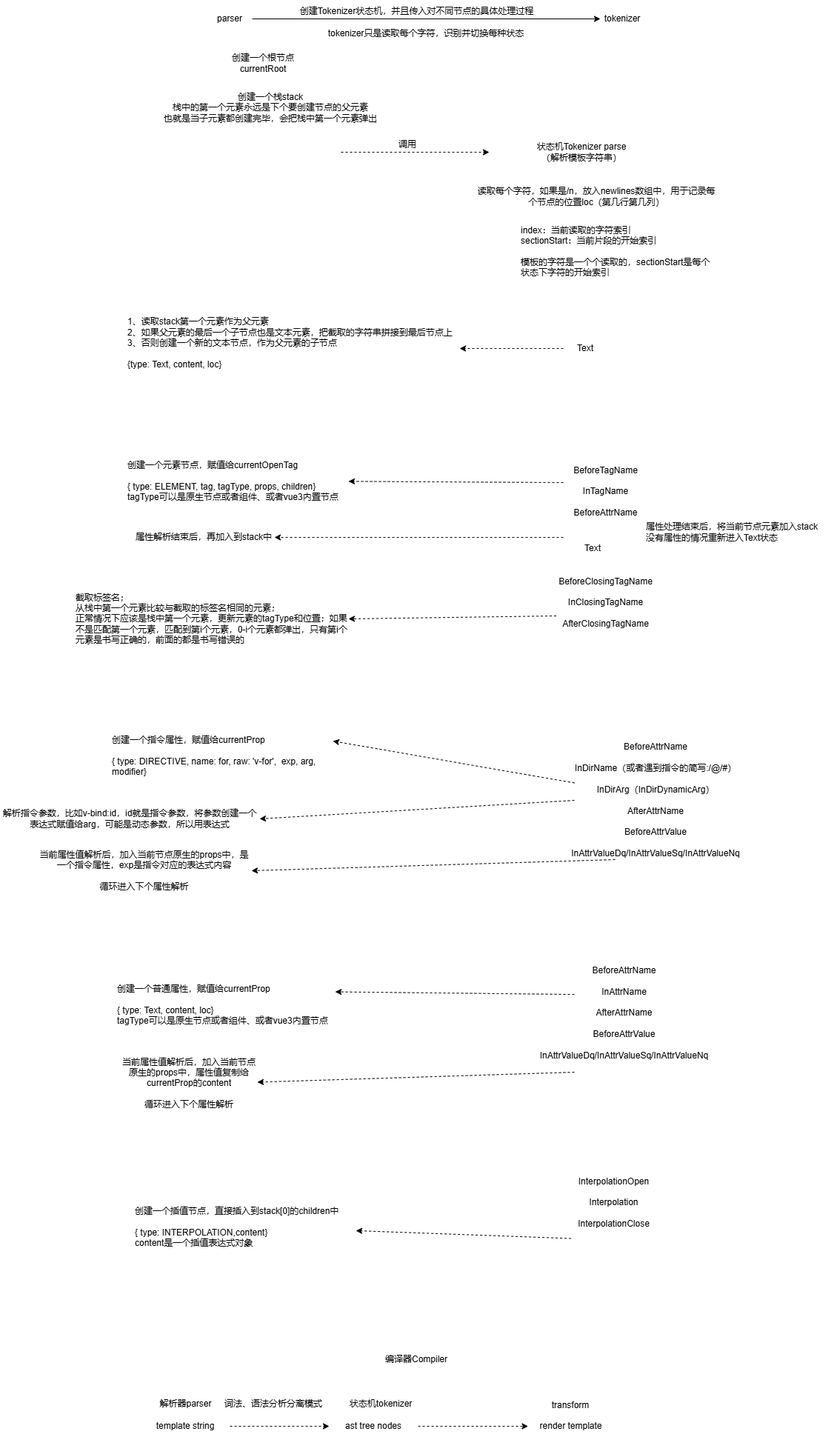
The draw.io diagram doc/模板解析.png in fanweimei/vue3-code-analaysis, before a commit. Source tidied: cells renumbered, new cells last; positions are measured from the earlier drawing's top-left corner, leaving out a move shared by most shapes.
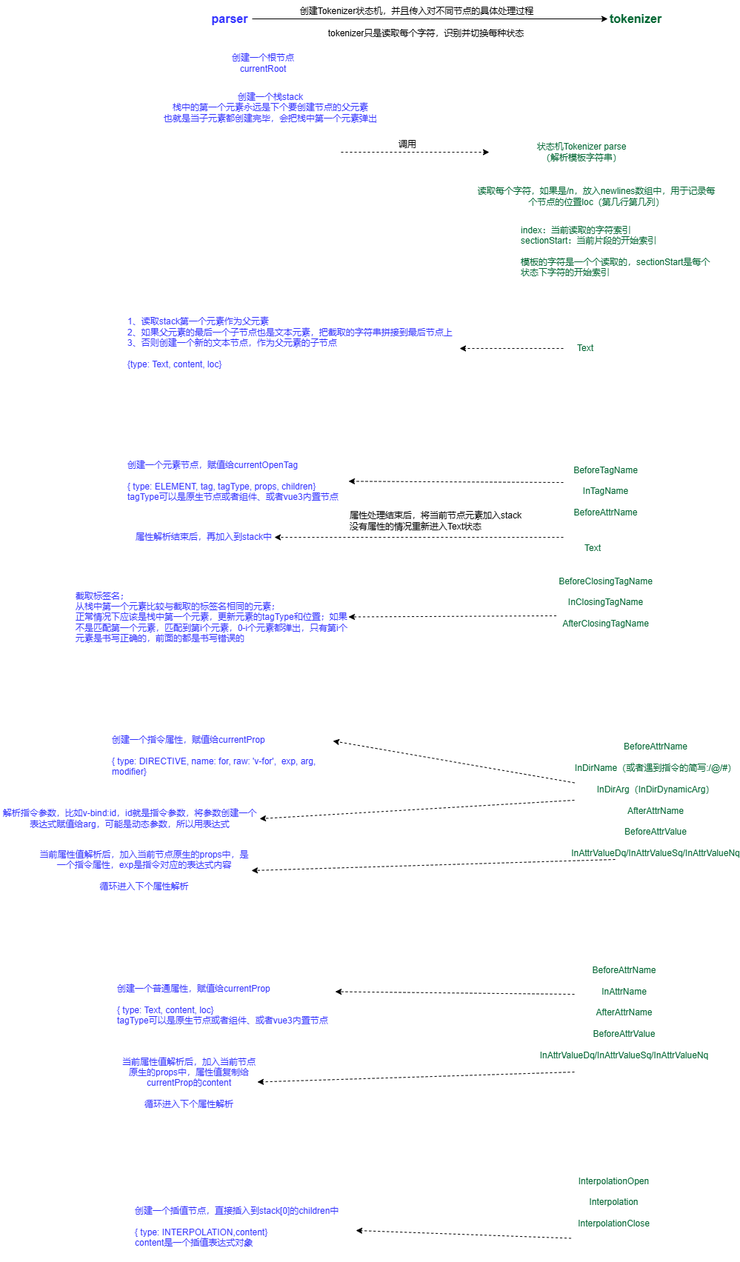
Later version of the same file.

The edit, as a diff of the source:
```diff
@@ -4,13 +4,15 @@
     <mxCell id="1" parent="0" />
-    <mxCell id="2" value="读取每个字符，如果是/n，放入newlines数组中，用于记录每个节点的位置loc（第几行第几列）" style="text;html=1;align=center;verticalAlign=middle;whiteSpace=wrap;rounded=0;" parent="1" vertex="1">
+    <mxCell id="2" value="读取每个字符，如果是/n，放入newlines数组中，用于记录每个节点的位置loc（第几行第几列）" style="text;html=1;align=center;verticalAlign=middle;whiteSpace=wrap;rounded=0;fontColor=#006633;" parent="1" vertex="1">
       <mxGeometry x="640" y="250" width="330" height="30" as="geometry" />
     </mxCell>
-    <mxCell id="3" style="edgeStyle=orthogonalEdgeStyle;rounded=0;jettySize=auto;html=1;" parent="1" edge="1" source="4" target="5">
-      <mxGeometry relative="1" as="geometry" />
+    <mxCell id="3" style="edgeStyle=orthogonalEdgeStyle;rounded=0;jettySize=auto;html=1;" parent="1" edge="1" source="4">
+      <mxGeometry relative="1" as="geometry">
+        <mxPoint x="820" y="25" as="targetPoint" />
+      </mxGeometry>
     </mxCell>
-    <mxCell id="4" value="parser" style="text;html=1;align=center;verticalAlign=middle;whiteSpace=wrap;rounded=0;" parent="1" vertex="1">
+    <mxCell id="4" value="parser" style="text;html=1;align=center;verticalAlign=middle;whiteSpace=wrap;rounded=0;fontSize=16;fontColor=#3333FF;fontStyle=1;" parent="1" vertex="1">
       <mxGeometry x="280" y="10" width="60" height="30" as="geometry" />
     </mxCell>
-    <mxCell id="5" value="tokenizer" style="text;html=1;align=center;verticalAlign=middle;whiteSpace=wrap;rounded=0;" parent="1" vertex="1">
-      <mxGeometry x="810" y="10" width="60" height="30" as="geometry" />
+    <mxCell id="5" value="tokenizer" style="text;html=1;align=center;verticalAlign=middle;whiteSpace=wrap;rounded=0;fontSize=16;fontColor=#006633;fontStyle=1;" parent="1" vertex="1">
+      <mxGeometry x="827.5" y="10" width="60" height="30" as="geometry" />
     </mxCell>
@@ -22,3 +24,3 @@
     </mxCell>
-    <mxCell id="8" value="状态机Tokenizer&amp;nbsp;&lt;span style=&quot;background-color: initial;&quot;&gt;parse&lt;/span&gt;&lt;div&gt;&lt;span style=&quot;background-color: initial;&quot;&gt;（解析模板字符串）&lt;/span&gt;&lt;/div&gt;" style="text;html=1;align=center;verticalAlign=middle;whiteSpace=wrap;rounded=0;" parent="1" vertex="1">
+    <mxCell id="8" value="状态机Tokenizer&amp;nbsp;&lt;span style=&quot;background-color: initial;&quot;&gt;parse&lt;/span&gt;&lt;div&gt;&lt;span style=&quot;background-color: initial;&quot;&gt;（解析模板字符串）&lt;/span&gt;&lt;/div&gt;" style="text;html=1;align=center;verticalAlign=middle;whiteSpace=wrap;rounded=0;fontColor=#006633;" parent="1" vertex="1">
       <mxGeometry x="660" y="190" width="250" height="30" as="geometry" />
@@ -28,9 +30,9 @@
     </mxCell>
-    <mxCell id="10" value="index：当前读取的字符索引&lt;div&gt;sectionStart：当前片段的开始索引&lt;div&gt;&lt;br&gt;&lt;/div&gt;&lt;/div&gt;&lt;div&gt;模板的字符是一个个读取的，sectionStart是每个状态下字符的开始索引&lt;/div&gt;" style="text;html=1;align=left;verticalAlign=middle;whiteSpace=wrap;rounded=0;spacing=3;spacingTop=2;" parent="1" vertex="1">
+    <mxCell id="10" value="index：当前读取的字符索引&lt;div&gt;sectionStart：当前片段的开始索引&lt;div&gt;&lt;br&gt;&lt;/div&gt;&lt;/div&gt;&lt;div&gt;模板的字符是一个个读取的，sectionStart是每个状态下字符的开始索引&lt;/div&gt;" style="text;html=1;align=left;verticalAlign=middle;whiteSpace=wrap;rounded=0;spacing=3;spacingTop=2;fontColor=#006633;" parent="1" vertex="1">
       <mxGeometry x="700" y="303" width="260" height="70" as="geometry" />
     </mxCell>
-    <mxCell id="11" value="创建一个根节点currentRoot" style="text;html=1;align=center;verticalAlign=middle;whiteSpace=wrap;rounded=0;" parent="1" vertex="1">
+    <mxCell id="11" value="创建一个根节点currentRoot" style="text;html=1;align=center;verticalAlign=middle;whiteSpace=wrap;rounded=0;fontColor=#3333FF;" parent="1" vertex="1">
       <mxGeometry x="310" y="70" width="90" height="30" as="geometry" />
     </mxCell>
-    <mxCell id="12" value="创建一个栈stack&lt;div&gt;栈中的第一个元素永远是下个要创建节点的父元素&lt;/div&gt;&lt;div&gt;也就是当子元素都创建完毕，会把栈中第一个元素弹出&lt;/div&gt;" style="text;html=1;align=center;verticalAlign=middle;whiteSpace=wrap;rounded=0;" parent="1" vertex="1">
+    <mxCell id="12" value="创建一个栈stack&lt;div&gt;栈中的第一个元素永远是下个要创建节点的父元素&lt;/div&gt;&lt;div&gt;也就是当子元素都创建完毕，会把栈中第一个元素弹出&lt;/div&gt;" style="text;html=1;align=center;verticalAlign=middle;whiteSpace=wrap;rounded=0;fontColor=#3333FF;" parent="1" vertex="1">
       <mxGeometry x="210" y="120" width="310" height="50" as="geometry" />
@@ -40,7 +42,7 @@
     </mxCell>
-    <mxCell id="14" value="Text" style="text;html=1;align=center;verticalAlign=middle;whiteSpace=wrap;rounded=0;" parent="1" vertex="1">
+    <mxCell id="14" value="Text" style="text;html=1;align=center;verticalAlign=middle;whiteSpace=wrap;rounded=0;fontColor=#006633;" parent="1" vertex="1">
       <mxGeometry x="760" y="455" width="60" height="30" as="geometry" />
     </mxCell>
-    <mxCell id="15" value="1、读取stack第一个元素作为父元素&lt;div&gt;2、如果父元素的最后一个子节点也是文本元素，把截取的字符串拼接到最后节点上&lt;/div&gt;&lt;div&gt;3、否则创建一个新的文本节点，作为父元素的子节点&lt;/div&gt;&lt;div&gt;&lt;br&gt;&lt;/div&gt;&lt;div&gt;{type: Text, content, loc}&lt;/div&gt;&lt;div&gt;&lt;br&gt;&lt;/div&gt;" style="text;html=1;align=left;verticalAlign=middle;whiteSpace=wrap;rounded=0;" parent="1" vertex="1">
-      <mxGeometry x="170" y="430" width="450" height="80" as="geometry" />
+    <mxCell id="15" value="1、读取stack第一个元素作为父元素&lt;div&gt;2、如果父元素的最后一个子节点也是文本元素，把截取的字符串拼接到最后节点上&lt;/div&gt;&lt;div&gt;3、否则创建一个新的文本节点，作为父元素的子节点&lt;/div&gt;&lt;div&gt;&lt;br&gt;&lt;/div&gt;&lt;div&gt;{type: Text, content, loc}&lt;/div&gt;&lt;div&gt;&lt;br&gt;&lt;/div&gt;" style="text;html=1;align=left;verticalAlign=middle;whiteSpace=wrap;rounded=0;fontColor=#3333FF;" parent="1" vertex="1">
+      <mxGeometry x="170" y="425" width="450" height="90" as="geometry" />
     </mxCell>
@@ -54,6 +56,6 @@
     </mxCell>
-    <mxCell id="18" value="BeforeTagName&lt;div&gt;&lt;br&gt;&lt;/div&gt;&lt;div&gt;InTagName&lt;/div&gt;&lt;div&gt;&lt;br&gt;&lt;/div&gt;&lt;div&gt;BeforeAttrName&lt;/div&gt;" style="text;html=1;align=center;verticalAlign=middle;whiteSpace=wrap;rounded=0;" parent="1" vertex="1">
+    <mxCell id="18" value="BeforeTagName&lt;div&gt;&lt;br&gt;&lt;/div&gt;&lt;div&gt;InTagName&lt;/div&gt;&lt;div&gt;&lt;br&gt;&lt;/div&gt;&lt;div&gt;BeforeAttrName&lt;/div&gt;" style="text;html=1;align=center;verticalAlign=middle;whiteSpace=wrap;rounded=0;fontColor=#006633;" parent="1" vertex="1">
       <mxGeometry x="760" y="600" width="115" height="125" as="geometry" />
     </mxCell>
-    <mxCell id="19" value="创建一个元素节点，赋值给currentOpenTag&lt;div&gt;&lt;br&gt;&lt;/div&gt;&lt;div style=&quot;&quot;&gt;{ type: ELEMENT, tag, tagType, props, children}&lt;/div&gt;&lt;div style=&quot;&quot;&gt;tagType可以是原生节点或者组件、或者vue3内置节点&lt;/div&gt;" style="text;html=1;align=left;verticalAlign=middle;whiteSpace=wrap;rounded=0;" parent="1" vertex="1">
+    <mxCell id="19" value="创建一个元素节点，赋值给currentOpenTag&lt;div&gt;&lt;br&gt;&lt;/div&gt;&lt;div style=&quot;&quot;&gt;{ type: ELEMENT, tag, tagType, props, children}&lt;/div&gt;&lt;div style=&quot;&quot;&gt;tagType可以是原生节点或者组件、或者vue3内置节点&lt;/div&gt;" style="text;html=1;align=left;verticalAlign=middle;whiteSpace=wrap;rounded=0;fontColor=#3333FF;" parent="1" vertex="1">
       <mxGeometry x="170" y="600" width="300" height="97" as="geometry" />
@@ -63,6 +65,6 @@
     </mxCell>
-    <mxCell id="21" value="&lt;span style=&quot;text-align: left;&quot;&gt;属性解析结束后，再加入到stack中&lt;/span&gt;" style="text;html=1;align=center;verticalAlign=middle;whiteSpace=wrap;rounded=0;" parent="1" vertex="1">
+    <mxCell id="21" value="&lt;span style=&quot;text-align: left;&quot;&gt;属性解析结束后，再加入到stack中&lt;/span&gt;" style="text;html=1;align=center;verticalAlign=middle;whiteSpace=wrap;rounded=0;fontColor=#3333FF;" parent="1" vertex="1">
       <mxGeometry x="180" y="710" width="190" height="30" as="geometry" />
     </mxCell>
-    <mxCell id="22" value="Text" style="text;html=1;align=center;verticalAlign=middle;whiteSpace=wrap;rounded=0;" parent="1" vertex="1">
+    <mxCell id="22" value="Text" style="text;html=1;align=center;verticalAlign=middle;whiteSpace=wrap;rounded=0;fontColor=#006633;" parent="1" vertex="1">
       <mxGeometry x="770" y="725" width="60" height="30" as="geometry" />
@@ -73,9 +75,9 @@
     <mxCell id="24" value="&lt;div&gt;属性处理结束后，将当前节点元素加入stack&lt;/div&gt;没有属性的情况重新进入Text状态" style="text;html=1;align=left;verticalAlign=middle;whiteSpace=wrap;rounded=0;" parent="1" vertex="1">
-      <mxGeometry x="870" y="695" width="260" height="45" as="geometry" />
+      <mxGeometry x="470" y="680" width="260" height="45" as="geometry" />
     </mxCell>
-    <mxCell id="25" value="BeforeClosingTagName&lt;br&gt;&lt;div&gt;&lt;br&gt;&lt;/div&gt;&lt;div&gt;InClosingTagName&lt;/div&gt;&lt;div&gt;&lt;br&gt;&lt;/div&gt;&lt;div&gt;AfterClosingTagName&lt;/div&gt;" style="text;html=1;align=center;verticalAlign=middle;whiteSpace=wrap;rounded=0;" parent="1" vertex="1">
+    <mxCell id="25" value="BeforeClosingTagName&lt;br&gt;&lt;div&gt;&lt;br&gt;&lt;/div&gt;&lt;div&gt;InClosingTagName&lt;/div&gt;&lt;div&gt;&lt;br&gt;&lt;/div&gt;&lt;div&gt;AfterClosingTagName&lt;/div&gt;" style="text;html=1;align=center;verticalAlign=middle;whiteSpace=wrap;rounded=0;fontColor=#006633;" parent="1" vertex="1">
       <mxGeometry x="750" y="750" width="135" height="125" as="geometry" />
     </mxCell>
-    <mxCell id="26" value="截取标签名；&lt;div&gt;从栈中第一个元素比较与截取的标签名相同的元素；&lt;/div&gt;&lt;div&gt;正常情况下应该是栈中第一个元素，更新元素的tagType和位置；如果不是匹配第一个元素，匹配到第i个元素，0-i个元素都弹出，只有第i个元素是书写正确的，前面的都是书写错误的&lt;/div&gt;" style="text;html=1;align=left;verticalAlign=middle;whiteSpace=wrap;rounded=0;" parent="1" vertex="1">
-      <mxGeometry x="100" y="795" width="370" height="80" as="geometry" />
+    <mxCell id="26" value="截取标签名；&lt;div&gt;从栈中第一个元素比较与截取的标签名相同的元素；&lt;/div&gt;&lt;div&gt;正常情况下应该是栈中第一个元素，更新元素的tagType和位置；如果不是匹配第一个元素，匹配到第i个元素，0-i个元素都弹出，只有第i个元素是书写正确的，前面的都是书写错误的&lt;/div&gt;" style="text;html=1;align=left;verticalAlign=middle;whiteSpace=wrap;rounded=0;fontColor=#3333FF;spacing=2;spacingTop=0;" parent="1" vertex="1">
+      <mxGeometry x="100" y="790" width="370" height="85" as="geometry" />
     </mxCell>
@@ -84,6 +86,6 @@
     </mxCell>
-    <mxCell id="28" value="BeforeAttrName&lt;br&gt;&lt;div&gt;&lt;br&gt;&lt;/div&gt;&lt;div&gt;InDirName（或者遇到指令的简写:/@/#）&lt;/div&gt;&lt;div&gt;&lt;br&gt;&lt;/div&gt;&lt;div&gt;InDirArg（InDirDynamicArg）&lt;/div&gt;&lt;div&gt;&lt;br&gt;&lt;/div&gt;&lt;div&gt;AfterAttrName&lt;/div&gt;&lt;div&gt;&lt;br&gt;&lt;/div&gt;&lt;div&gt;BeforeAttrValue&lt;/div&gt;&lt;div&gt;&lt;br&gt;&lt;/div&gt;&lt;div&gt;InAttrValueDq/InAttrValueSq/InAttrValueNq&lt;/div&gt;" style="text;html=1;align=center;verticalAlign=middle;whiteSpace=wrap;rounded=0;" parent="1" vertex="1">
+    <mxCell id="28" value="BeforeAttrName&lt;br&gt;&lt;div&gt;&lt;br&gt;&lt;/div&gt;&lt;div&gt;InDirName（或者遇到指令的简写:/@/#）&lt;/div&gt;&lt;div&gt;&lt;br&gt;&lt;/div&gt;&lt;div&gt;InDirArg（InDirDynamicArg）&lt;/div&gt;&lt;div&gt;&lt;br&gt;&lt;/div&gt;&lt;div&gt;AfterAttrName&lt;/div&gt;&lt;div&gt;&lt;br&gt;&lt;/div&gt;&lt;div&gt;BeforeAttrValue&lt;/div&gt;&lt;div&gt;&lt;br&gt;&lt;/div&gt;&lt;div&gt;InAttrValueDq/InAttrValueSq/InAttrValueNq&lt;/div&gt;" style="text;html=1;align=center;verticalAlign=middle;whiteSpace=wrap;rounded=0;fontColor=#006633;" parent="1" vertex="1">
       <mxGeometry x="775" y="1000" width="220" height="160" as="geometry" />
     </mxCell>
-    <mxCell id="29" value="创建一个指令属性，赋值给currentProp&lt;div&gt;&lt;br&gt;&lt;/div&gt;&lt;div style=&quot;&quot;&gt;{ type: DIRECTIVE, name: for, raw: 'v-for',&amp;nbsp; exp, arg, modifier}&lt;/div&gt;" style="text;html=1;align=left;verticalAlign=middle;whiteSpace=wrap;rounded=0;" parent="1" vertex="1">
+    <mxCell id="29" value="创建一个指令属性，赋值给currentProp&lt;div&gt;&lt;br&gt;&lt;/div&gt;&lt;div style=&quot;&quot;&gt;{ type: DIRECTIVE, name: for, raw: 'v-for',&amp;nbsp; exp, arg, modifier}&lt;/div&gt;" style="text;html=1;align=left;verticalAlign=middle;whiteSpace=wrap;rounded=0;fontColor=#3333FF;" parent="1" vertex="1">
       <mxGeometry x="149" y="980" width="300" height="80" as="geometry" />
@@ -93,33 +95,3 @@
     </mxCell>
-    <mxCell id="31" value="template string" style="text;html=1;align=center;verticalAlign=middle;whiteSpace=wrap;rounded=0;" parent="1" vertex="1">
-      <mxGeometry x="190" y="1910" width="120" height="30" as="geometry" />
-    </mxCell>
-    <mxCell id="32" value="ast tree nodes" style="text;html=1;align=center;verticalAlign=middle;whiteSpace=wrap;rounded=0;" parent="1" vertex="1">
-      <mxGeometry x="444" y="1910" width="120" height="30" as="geometry" />
-    </mxCell>
-    <mxCell id="33" value="render template" style="text;html=1;align=center;verticalAlign=middle;whiteSpace=wrap;rounded=0;" parent="1" vertex="1">
-      <mxGeometry x="712.5" y="1910" width="115" height="30" as="geometry" />
-    </mxCell>
-    <mxCell id="34" style="endArrow=classic;html=1;rounded=0;exitX=1;exitY=0.5;exitDx=0;exitDy=0;dashed=1;" parent="1" edge="1" source="31" target="32">
-      <mxGeometry relative="1" as="geometry" />
-    </mxCell>
-    <mxCell id="35" value="状态机tokenizer" style="text;html=1;align=center;verticalAlign=middle;whiteSpace=wrap;rounded=0;" parent="1" vertex="1">
-      <mxGeometry x="464" y="1880" width="100" height="30" as="geometry" />
-    </mxCell>
-    <mxCell id="36" value="词法、语法分析分离模式" style="text;html=1;align=center;verticalAlign=middle;whiteSpace=wrap;rounded=0;" parent="1" vertex="1">
-      <mxGeometry x="294" y="1880" width="150" height="30" as="geometry" />
-    </mxCell>
-    <mxCell id="37" value="解析器parser" style="text;html=1;align=center;verticalAlign=middle;whiteSpace=wrap;rounded=0;" parent="1" vertex="1">
-      <mxGeometry x="212.5" y="1880" width="75" height="30" as="geometry" />
-    </mxCell>
-    <mxCell id="38" value="transform" style="text;html=1;align=center;verticalAlign=middle;whiteSpace=wrap;rounded=0;" parent="1" vertex="1">
-      <mxGeometry x="740" y="1882" width="60" height="30" as="geometry" />
-    </mxCell>
-    <mxCell id="39" value="编译器Compiler" style="text;html=1;align=center;verticalAlign=middle;whiteSpace=wrap;rounded=0;" parent="1" vertex="1">
-      <mxGeometry x="514" y="1820" width="96" height="30" as="geometry" />
-    </mxCell>
-    <mxCell id="40" style="endArrow=classic;html=1;rounded=0;exitX=1;exitY=0.5;exitDx=0;exitDy=0;dashed=1;" parent="1" edge="1" source="32" target="33">
-      <mxGeometry relative="1" as="geometry" />
-    </mxCell>
-    <mxCell id="41" value="&lt;span style=&quot;text-align: left;&quot;&gt;当前属性值解析后，加入当前节点原生的props中，是一个指令属性，exp是指令对应的表达式内容&lt;/span&gt;&lt;div&gt;&lt;span style=&quot;text-align: left;&quot;&gt;&lt;br&gt;&lt;/span&gt;&lt;/div&gt;&lt;div&gt;&lt;span style=&quot;text-align: left;&quot;&gt;循环进入下个属性解析&lt;/span&gt;&lt;/div&gt;" style="text;html=1;align=center;verticalAlign=middle;whiteSpace=wrap;rounded=0;" parent="1" vertex="1">
+    <mxCell id="41" value="&lt;span style=&quot;text-align: left;&quot;&gt;当前属性值解析后，加入当前节点原生的props中，是一个指令属性，exp是指令对应的表达式内容&lt;/span&gt;&lt;div&gt;&lt;span style=&quot;text-align: left;&quot;&gt;&lt;br&gt;&lt;/span&gt;&lt;/div&gt;&lt;div&gt;&lt;span style=&quot;text-align: left;&quot;&gt;循环进入下个属性解析&lt;/span&gt;&lt;/div&gt;" style="text;html=1;align=center;verticalAlign=middle;whiteSpace=wrap;rounded=0;fontColor=#3333FF;" parent="1" vertex="1">
       <mxGeometry x="50" y="1140" width="289" height="70" as="geometry" />
@@ -129,9 +101,9 @@
     </mxCell>
-    <mxCell id="43" value="BeforeAttrName&lt;br&gt;&lt;div&gt;&lt;br&gt;&lt;/div&gt;&lt;div&gt;InAttrName&lt;/div&gt;&lt;div&gt;&lt;br&gt;&lt;/div&gt;&lt;div&gt;AfterAttrName&lt;/div&gt;&lt;div&gt;&lt;br&gt;&lt;/div&gt;&lt;div&gt;BeforeAttrValue&lt;/div&gt;&lt;div&gt;&lt;br&gt;&lt;/div&gt;&lt;div&gt;InAttrValueDq/InAttrValueSq/InAttrValueNq&lt;/div&gt;" style="text;html=1;align=center;verticalAlign=middle;whiteSpace=wrap;rounded=0;" parent="1" vertex="1">
+    <mxCell id="43" value="BeforeAttrName&lt;br&gt;&lt;div&gt;&lt;br&gt;&lt;/div&gt;&lt;div&gt;InAttrName&lt;/div&gt;&lt;div&gt;&lt;br&gt;&lt;/div&gt;&lt;div&gt;AfterAttrName&lt;/div&gt;&lt;div&gt;&lt;br&gt;&lt;/div&gt;&lt;div&gt;BeforeAttrValue&lt;/div&gt;&lt;div&gt;&lt;br&gt;&lt;/div&gt;&lt;div&gt;InAttrValueDq/InAttrValueSq/InAttrValueNq&lt;/div&gt;" style="text;html=1;align=center;verticalAlign=middle;whiteSpace=wrap;rounded=0;fontColor=#006633;" parent="1" vertex="1">
       <mxGeometry x="775" y="1287" width="135" height="160" as="geometry" />
     </mxCell>
-    <mxCell id="44" value="创建一个普通属性，赋值给currentProp&lt;div&gt;&lt;br&gt;&lt;/div&gt;&lt;div style=&quot;&quot;&gt;{ type: Text, content, loc}&lt;/div&gt;&lt;div style=&quot;&quot;&gt;tagType可以是原生节点或者组件、或者vue3内置节点&lt;/div&gt;" style="text;html=1;align=left;verticalAlign=middle;whiteSpace=wrap;rounded=0;" parent="1" vertex="1">
+    <mxCell id="44" value="创建一个普通属性，赋值给currentProp&lt;div&gt;&lt;br&gt;&lt;/div&gt;&lt;div style=&quot;&quot;&gt;{ type: Text, content, loc}&lt;/div&gt;&lt;div style=&quot;&quot;&gt;tagType可以是原生节点或者组件、或者vue3内置节点&lt;/div&gt;" style="text;html=1;align=left;verticalAlign=middle;whiteSpace=wrap;rounded=0;fontColor=#3333FF;" parent="1" vertex="1">
       <mxGeometry x="156" y="1307" width="300" height="97" as="geometry" />
     </mxCell>
-    <mxCell id="45" value="&lt;span style=&quot;text-align: left;&quot;&gt;当前属性值解析后，加入当前节点原生的props中，属性值复制给currentProp的content&lt;/span&gt;&lt;div&gt;&lt;span style=&quot;text-align: left;&quot;&gt;&lt;br&gt;&lt;/span&gt;&lt;/div&gt;&lt;div&gt;&lt;span style=&quot;text-align: left;&quot;&gt;循环进入下个属性解析&lt;/span&gt;&lt;/div&gt;" style="text;html=1;align=center;verticalAlign=middle;whiteSpace=wrap;rounded=0;" parent="1" vertex="1">
+    <mxCell id="45" value="&lt;span style=&quot;text-align: left;&quot;&gt;当前属性值解析后，加入当前节点原生的props中，属性值复制给currentProp的content&lt;/span&gt;&lt;div&gt;&lt;span style=&quot;text-align: left;&quot;&gt;&lt;br&gt;&lt;/span&gt;&lt;/div&gt;&lt;div&gt;&lt;span style=&quot;text-align: left;&quot;&gt;循环进入下个属性解析&lt;/span&gt;&lt;/div&gt;" style="text;html=1;align=center;verticalAlign=middle;whiteSpace=wrap;rounded=0;fontColor=#3333FF;" parent="1" vertex="1">
       <mxGeometry x="160" y="1427" width="190" height="70" as="geometry" />
@@ -146,3 +118,3 @@
     </mxCell>
-    <mxCell id="48" value="解析指令参数，比如v-bind:id，id就是指令参数，将参数创建一个表达式赋值给arg，可能是动态参数，所以用表达式" style="text;html=1;align=center;verticalAlign=middle;whiteSpace=wrap;rounded=0;" parent="1" vertex="1">
+    <mxCell id="48" value="解析指令参数，比如v-bind:id，id就是指令参数，将参数创建一个表达式赋值给arg，可能是动态参数，所以用表达式" style="text;html=1;align=center;verticalAlign=middle;whiteSpace=wrap;rounded=0;fontColor=#3333FF;" parent="1" vertex="1">
       <mxGeometry y="1080" width="350" height="50" as="geometry" />
@@ -152,6 +124,6 @@
     </mxCell>
-    <mxCell id="50" value="InterpolationOpen&lt;br&gt;&lt;div&gt;&lt;br&gt;&lt;/div&gt;&lt;div&gt;Interpolation&lt;/div&gt;&lt;div&gt;&lt;br&gt;&lt;/div&gt;&lt;div&gt;InterpolationClose&lt;/div&gt;" style="text;html=1;align=center;verticalAlign=middle;whiteSpace=wrap;rounded=0;" parent="1" vertex="1">
+    <mxCell id="50" value="InterpolationOpen&lt;br&gt;&lt;div&gt;&lt;br&gt;&lt;/div&gt;&lt;div&gt;Interpolation&lt;/div&gt;&lt;div&gt;&lt;br&gt;&lt;/div&gt;&lt;div&gt;InterpolationClose&lt;/div&gt;" style="text;html=1;align=center;verticalAlign=middle;whiteSpace=wrap;rounded=0;fontColor=#006633;" parent="1" vertex="1">
       <mxGeometry x="771" y="1560" width="115" height="125" as="geometry" />
     </mxCell>
-    <mxCell id="51" value="创建一个插值节点，直接插入到stack[0]的children中&lt;div&gt;&lt;br&gt;&lt;/div&gt;&lt;div style=&quot;&quot;&gt;{ type: INTERPOLATION,content}&lt;/div&gt;&lt;div style=&quot;&quot;&gt;content是一个插值表达式对象&lt;/div&gt;" style="text;html=1;align=left;verticalAlign=middle;whiteSpace=wrap;rounded=0;" parent="1" vertex="1">
+    <mxCell id="51" value="创建一个插值节点，直接插入到stack[0]的children中&lt;div&gt;&lt;br&gt;&lt;/div&gt;&lt;div style=&quot;&quot;&gt;{ type: INTERPOLATION,content}&lt;/div&gt;&lt;div style=&quot;&quot;&gt;content是一个插值表达式对象&lt;/div&gt;" style="text;html=1;align=left;verticalAlign=middle;whiteSpace=wrap;rounded=0;fontColor=#3333FF;" parent="1" vertex="1">
       <mxGeometry x="180" y="1607" width="300" height="97" as="geometry" />
```
